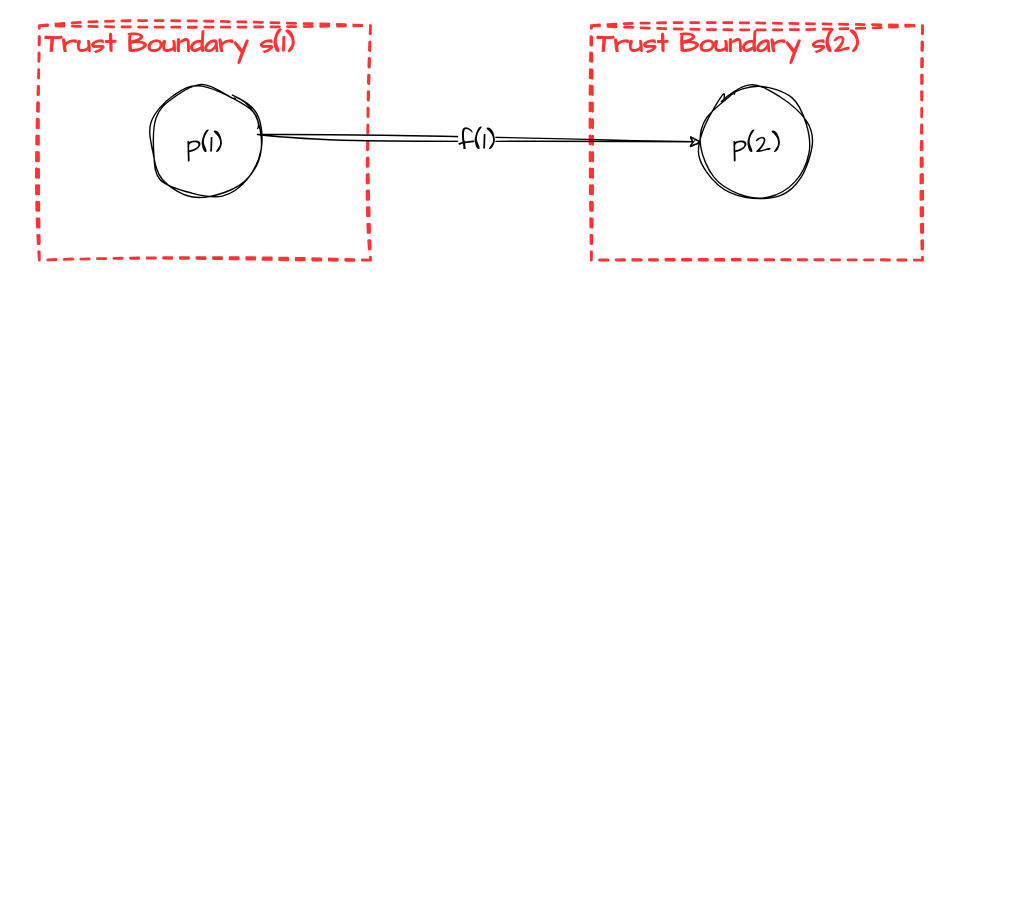
The draw.io diagram threat-model-76709aca-15c3-4c09-a234-aa7a41e012bc.drawio in Jim-Sweeting/Drawio, before the edit. Source tidied: cells renumbered, new cells numbered last; positions are measured from the earlier drawing's top-left corner, leaving out a move shared by most shapes. Both pictures are drawn from the tidied source at 138%, with x=0, y=0 at pixel (39, 25).
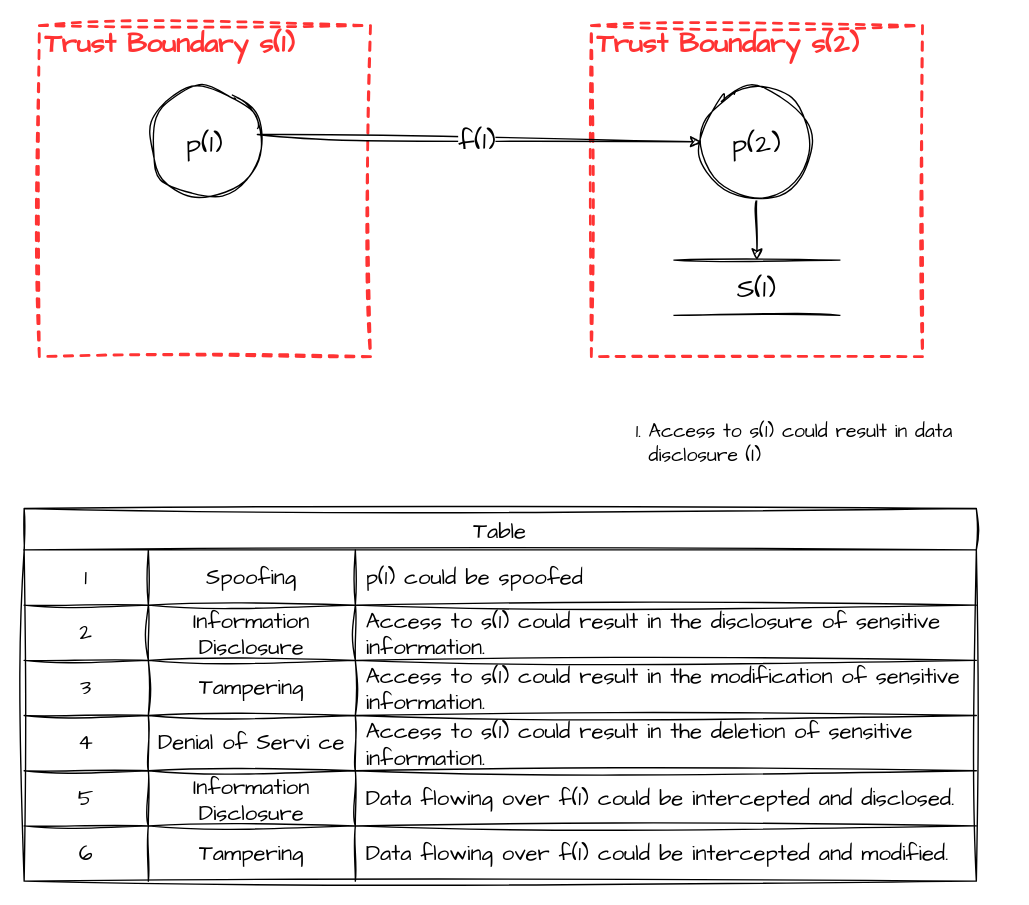
After the change.

Commit message:
Added initial threats table

Unchanged cells that the change refers to:
```xml
<mxCell id="5" value="p(2)" style="ellipse;whiteSpace=wrap;html=1;sketch=1;hachureGap=4;jiggle=2;curveFitting=1;fontFamily=Architects Daughter;fontSize=20;" parent="1" vertex="1">
  <mxGeometry x="480" y="45" width="80" height="80" as="geometry" />
</mxCell>
```

Change to the diagram source:
```diff
@@
     <mxCell id="2" value="Trust Boundary s(1)" style="html=1;fontColor=#FF3333;fontStyle=1;align=left;verticalAlign=top;spacing=0;labelBorderColor=none;fillColor=none;dashed=1;strokeWidth=2;strokeColor=#FF3333;spacingLeft=4;spacingTop=-3;sketch=1;hachureGap=4;jiggle=2;curveFitting=1;fontFamily=Architects Daughter;fontSize=20;" parent="1" vertex="1">
-      <mxGeometry width="240" height="170" as="geometry" />
+      <mxGeometry width="240" height="240" as="geometry" />
     </mxCell>
@@
     <mxCell id="4" value="Trust Boundary s(2)" style="html=1;fontColor=#FF3333;fontStyle=1;align=left;verticalAlign=top;spacing=0;labelBorderColor=none;fillColor=none;dashed=1;strokeWidth=2;strokeColor=#FF3333;spacingLeft=4;spacingTop=-3;sketch=1;hachureGap=4;jiggle=2;curveFitting=1;fontFamily=Architects Daughter;fontSize=20;" parent="1" vertex="1">
-      <mxGeometry x="400" width="240" height="170" as="geometry" />
+      <mxGeometry x="400" width="240" height="240" as="geometry" />
     </mxCell>
+    <mxCell id="8" style="edgeStyle=orthogonalEdgeStyle;rounded=0;sketch=1;hachureGap=4;jiggle=2;curveFitting=1;jettySize=auto;html=1;fontFamily=Architects Daughter;fontSize=16;" parent="1" edge="1" source="5" target="10">
+      <mxGeometry relative="1" as="geometry" />
+    </mxCell>
@@
+    <mxCell id="9" value="&lt;div&gt;&lt;br&gt;&lt;/div&gt;&lt;ol style=&quot;font-size: 14px;&quot;&gt;&lt;li style=&quot;font-size: 14px;&quot;&gt;Access to s(1) could result in data disclosure (I)&lt;/li&gt;&lt;/ol&gt;" style="text;html=1;strokeColor=none;fillColor=none;align=left;verticalAlign=middle;whiteSpace=wrap;rounded=0;fontSize=14;fontFamily=Architects Daughter;" parent="1" vertex="1">
+      <mxGeometry x="400" y="280" width="300" height="30" as="geometry" />
+    </mxCell>
+    <mxCell id="10" value="S(1)" style="shape=partialRectangle;whiteSpace=wrap;html=1;left=0;right=0;fillColor=none;sketch=1;hachureGap=4;jiggle=2;curveFitting=1;fontFamily=Architects Daughter;fontSize=20;" parent="1" vertex="1">
+      <mxGeometry x="460" y="170" width="120" height="40" as="geometry" />
+    </mxCell>
+    <mxCell id="11" value="Table" style="shape=table;startSize=30;childLayout=tableLayout;strokeColor=default;fontSize=16;sketch=1;hachureGap=4;jiggle=2;curveFitting=1;fontFamily=Architects Daughter;" parent="1" vertex="1">
+      <mxGeometry x="-11" y="350" width="690" height="270" as="geometry" />
+    </mxCell>
+    <mxCell id="12" style="shape=tableRow;horizontal=0;startSize=0;swimlaneHead=0;swimlaneBody=0;strokeColor=inherit;top=0;left=0;bottom=0;right=0;fillColor=none;fontSize=16;sketch=1;hachureGap=4;jiggle=2;curveFitting=1;fontFamily=Architects Daughter;" parent="11" vertex="1">
+      <mxGeometry y="30" width="690" height="40" as="geometry" />
+    </mxCell>
+    <mxCell id="13" value="1" style="shape=partialRectangle;html=1;whiteSpace=wrap;strokeColor=inherit;overflow=hidden;fillColor=none;top=0;left=0;bottom=0;right=0;fontSize=16;sketch=1;hachureGap=4;jiggle=2;curveFitting=1;fontFamily=Architects Daughter;" parent="12" vertex="1">
+      <mxGeometry width="90" height="40" as="geometry" />
+    </mxCell>
+    <mxCell id="14" value="Spoofing" style="shape=partialRectangle;html=1;whiteSpace=wrap;strokeColor=inherit;overflow=hidden;fillColor=none;top=0;left=0;bottom=0;right=0;fontSize=16;sketch=1;hachureGap=4;jiggle=2;curveFitting=1;fontFamily=Architects Daughter;" parent="12" vertex="1">
+      <mxGeometry x="90" width="150" height="40" as="geometry" />
+    </mxCell>
+    <mxCell id="15" value="p(1) could be spoofed" style="shape=partialRectangle;html=1;whiteSpace=wrap;strokeColor=inherit;overflow=hidden;fillColor=none;top=0;left=0;bottom=0;right=0;fontSize=16;sketch=1;hachureGap=4;jiggle=2;curveFitting=1;fontFamily=Architects Daughter;align=left;spacingLeft=6;spacingRight=6;" parent="12" vertex="1">
+      <mxGeometry x="240" width="450" height="40" as="geometry" />
+    </mxCell>
+    <mxCell id="16" style="shape=tableRow;horizontal=0;startSize=0;swimlaneHead=0;swimlaneBody=0;strokeColor=inherit;top=0;left=0;bottom=0;right=0;fillColor=none;fontSize=16;sketch=1;hachureGap=4;jiggle=2;curveFitting=1;fontFamily=Architects Daughter;" parent="11" vertex="1">
+      <mxGeometry y="70" width="690" height="40" as="geometry" />
+    </mxCell>
+    <mxCell id="17" value="2" style="shape=partialRectangle;html=1;whiteSpace=wrap;strokeColor=inherit;overflow=hidden;fillColor=none;top=0;left=0;bottom=0;right=0;fontSize=16;sketch=1;hachureGap=4;jiggle=2;curveFitting=1;fontFamily=Architects Daughter;" parent="16" vertex="1">
+      <mxGeometry width="90" height="40" as="geometry" />
+    </mxCell>
+    <mxCell id="18" value="Information Disclosure" style="shape=partialRectangle;html=1;whiteSpace=wrap;strokeColor=inherit;overflow=hidden;fillColor=none;top=0;left=0;bottom=0;right=0;fontSize=16;sketch=1;hachureGap=4;jiggle=2;curveFitting=1;fontFamily=Architects Daughter;" parent="16" vertex="1">
+      <mxGeometry x="90" width="150" height="40" as="geometry" />
+    </mxCell>
+    <mxCell id="19" value="Access to s(1) could result in the disclosure of sensitive information." style="shape=partialRectangle;html=1;whiteSpace=wrap;strokeColor=inherit;overflow=hidden;fillColor=none;top=0;left=0;bottom=0;right=0;fontSize=16;sketch=1;hachureGap=4;jiggle=2;curveFitting=1;fontFamily=Architects Daughter;align=left;spacingLeft=6;spacingRight=6;" parent="16" vertex="1">
+      <mxGeometry x="240" width="450" height="40" as="geometry" />
+    </mxCell>
+    <mxCell id="20" style="shape=tableRow;horizontal=0;startSize=0;swimlaneHead=0;swimlaneBody=0;strokeColor=inherit;top=0;left=0;bottom=0;right=0;fillColor=none;fontSize=16;sketch=1;hachureGap=4;jiggle=2;curveFitting=1;fontFamily=Architects Daughter;" parent="11" vertex="1">
+      <mxGeometry y="110" width="690" height="40" as="geometry" />
+    </mxCell>
+    <mxCell id="21" value="3" style="shape=partialRectangle;html=1;whiteSpace=wrap;strokeColor=inherit;overflow=hidden;fillColor=none;top=0;left=0;bottom=0;right=0;fontSize=16;sketch=1;hachureGap=4;jiggle=2;curveFitting=1;fontFamily=Architects Daughter;" parent="20" vertex="1">
+      <mxGeometry width="90" height="40" as="geometry" />
+    </mxCell>
+    <mxCell id="22" value="Tampering" style="shape=partialRectangle;html=1;whiteSpace=wrap;strokeColor=inherit;overflow=hidden;fillColor=none;top=0;left=0;bottom=0;right=0;fontSize=16;sketch=1;hachureGap=4;jiggle=2;curveFitting=1;fontFamily=Architects Daughter;" parent="20" vertex="1">
+      <mxGeometry x="90" width="150" height="40" as="geometry" />
+    </mxCell>
+    <mxCell id="23" value="Access to s(1) could result in the modification&amp;nbsp;of sensitive information." style="shape=partialRectangle;html=1;whiteSpace=wrap;strokeColor=inherit;overflow=hidden;fillColor=none;top=0;left=0;bottom=0;right=0;fontSize=16;sketch=1;hachureGap=4;jiggle=2;curveFitting=1;fontFamily=Architects Daughter;align=left;spacingLeft=6;spacingRight=6;" parent="20" vertex="1">
+      <mxGeometry x="240" width="450" height="40" as="geometry" />
+    </mxCell>
+    <mxCell id="24" style="shape=tableRow;horizontal=0;startSize=0;swimlaneHead=0;swimlaneBody=0;strokeColor=inherit;top=0;left=0;bottom=0;right=0;fillColor=none;fontSize=16;sketch=1;hachureGap=4;jiggle=2;curveFitting=1;fontFamily=Architects Daughter;" parent="11" vertex="1">
+      <mxGeometry y="150" width="690" height="40" as="geometry" />
+    </mxCell>
+    <mxCell id="25" value="4" style="shape=partialRectangle;html=1;whiteSpace=wrap;strokeColor=inherit;overflow=hidden;fillColor=none;top=0;left=0;bottom=0;right=0;fontSize=16;sketch=1;hachureGap=4;jiggle=2;curveFitting=1;fontFamily=Architects Daughter;" parent="24" vertex="1">
+      <mxGeometry width="90" height="40" as="geometry" />
+    </mxCell>
+    <mxCell id="26" value="Denial of Servi ce" style="shape=partialRectangle;html=1;whiteSpace=wrap;strokeColor=inherit;overflow=hidden;fillColor=none;top=0;left=0;bottom=0;right=0;fontSize=16;sketch=1;hachureGap=4;jiggle=2;curveFitting=1;fontFamily=Architects Daughter;" parent="24" vertex="1">
+      <mxGeometry x="90" width="150" height="40" as="geometry" />
+    </mxCell>
+    <mxCell id="27" value="Access to s(1) could result in the deletion of sensitive information." style="shape=partialRectangle;html=1;whiteSpace=wrap;strokeColor=inherit;overflow=hidden;fillColor=none;top=0;left=0;bottom=0;right=0;fontSize=16;sketch=1;hachureGap=4;jiggle=2;curveFitting=1;fontFamily=Architects Daughter;align=left;spacingLeft=6;spacingRight=6;" parent="24" vertex="1">
+      <mxGeometry x="240" width="450" height="40" as="geometry" />
+    </mxCell>
+    <mxCell id="28" style="shape=tableRow;horizontal=0;startSize=0;swimlaneHead=0;swimlaneBody=0;strokeColor=inherit;top=0;left=0;bottom=0;right=0;fillColor=none;fontSize=16;sketch=1;hachureGap=4;jiggle=2;curveFitting=1;fontFamily=Architects Daughter;" parent="11" vertex="1">
+      <mxGeometry y="190" width="690" height="40" as="geometry" />
+    </mxCell>
+    <mxCell id="29" value="5" style="shape=partialRectangle;html=1;whiteSpace=wrap;strokeColor=inherit;overflow=hidden;fillColor=none;top=0;left=0;bottom=0;right=0;fontSize=16;sketch=1;hachureGap=4;jiggle=2;curveFitting=1;fontFamily=Architects Daughter;" parent="28" vertex="1">
+      <mxGeometry width="90" height="40" as="geometry" />
+    </mxCell>
+    <mxCell id="30" value="Information Disclosure" style="shape=partialRectangle;html=1;whiteSpace=wrap;strokeColor=inherit;overflow=hidden;fillColor=none;top=0;left=0;bottom=0;right=0;fontSize=16;sketch=1;hachureGap=4;jiggle=2;curveFitting=1;fontFamily=Architects Daughter;" parent="28" vertex="1">
+      <mxGeometry x="90" width="150" height="40" as="geometry" />
+    </mxCell>
+    <mxCell id="31" value="Data flowing over f(1) could be intercepted and disclosed." style="shape=partialRectangle;html=1;whiteSpace=wrap;strokeColor=inherit;overflow=hidden;fillColor=none;top=0;left=0;bottom=0;right=0;fontSize=16;sketch=1;hachureGap=4;jiggle=2;curveFitting=1;fontFamily=Architects Daughter;align=left;spacingLeft=6;spacingRight=6;" parent="28" vertex="1">
+      <mxGeometry x="240" width="450" height="40" as="geometry" />
+    </mxCell>
+    <mxCell id="32" style="shape=tableRow;horizontal=0;startSize=0;swimlaneHead=0;swimlaneBody=0;strokeColor=inherit;top=0;left=0;bottom=0;right=0;fillColor=none;fontSize=16;sketch=1;hachureGap=4;jiggle=2;curveFitting=1;fontFamily=Architects Daughter;" parent="11" vertex="1">
+      <mxGeometry y="230" width="690" height="40" as="geometry" />
+    </mxCell>
+    <mxCell id="33" value="6" style="shape=partialRectangle;html=1;whiteSpace=wrap;strokeColor=inherit;overflow=hidden;fillColor=none;top=0;left=0;bottom=0;right=0;fontSize=16;sketch=1;hachureGap=4;jiggle=2;curveFitting=1;fontFamily=Architects Daughter;" parent="32" vertex="1">
+      <mxGeometry width="90" height="40" as="geometry" />
+    </mxCell>
+    <mxCell id="34" value="Tampering" style="shape=partialRectangle;html=1;whiteSpace=wrap;strokeColor=inherit;overflow=hidden;fillColor=none;top=0;left=0;bottom=0;right=0;fontSize=16;sketch=1;hachureGap=4;jiggle=2;curveFitting=1;fontFamily=Architects Daughter;" parent="32" vertex="1">
+      <mxGeometry x="90" width="150" height="40" as="geometry" />
+    </mxCell>
+    <mxCell id="35" value="Data flowing over f(1) could be intercepted and modified." style="shape=partialRectangle;html=1;whiteSpace=wrap;strokeColor=inherit;overflow=hidden;fillColor=none;top=0;left=0;bottom=0;right=0;fontSize=16;sketch=1;hachureGap=4;jiggle=2;curveFitting=1;fontFamily=Architects Daughter;align=left;spacingLeft=6;spacingRight=6;" parent="32" vertex="1">
+      <mxGeometry x="240" width="450" height="40" as="geometry" />
+    </mxCell>
```
